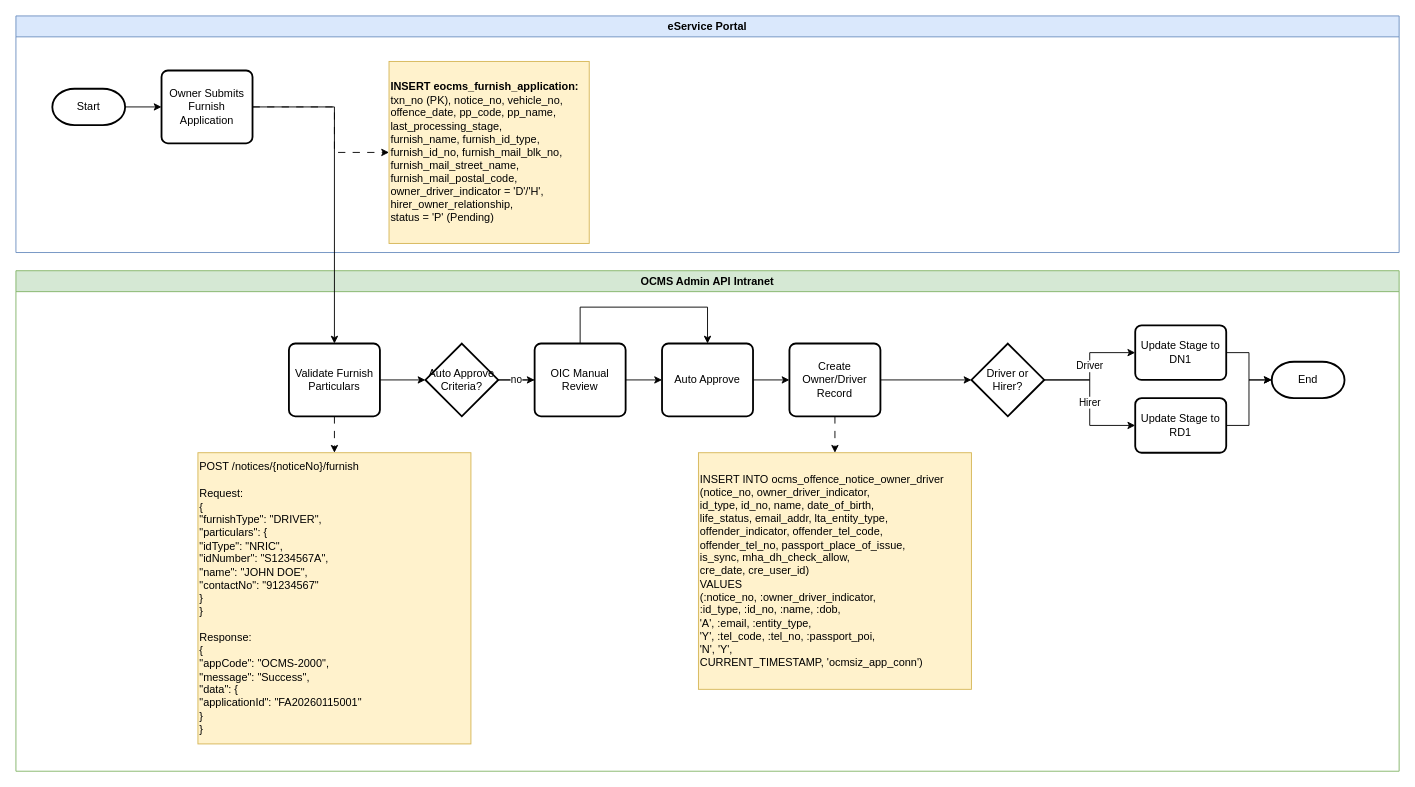
Earlier version of the draw.io diagram page "VIP_Furnish_Driver" (4 of 6) of OCMS 14/Section 6/OCMS14-Technical_Flowchart_Section_6.drawio (rafifmgg/techdoc). Source tidied: cells renumbered, new cells numbered last; positions are measured from the earlier drawing's top-left corner, leaving out a move shared by most shapes. Both pictures are drawn from the tidied source at 91%, with x=0, y=0 at pixel (15, 15).
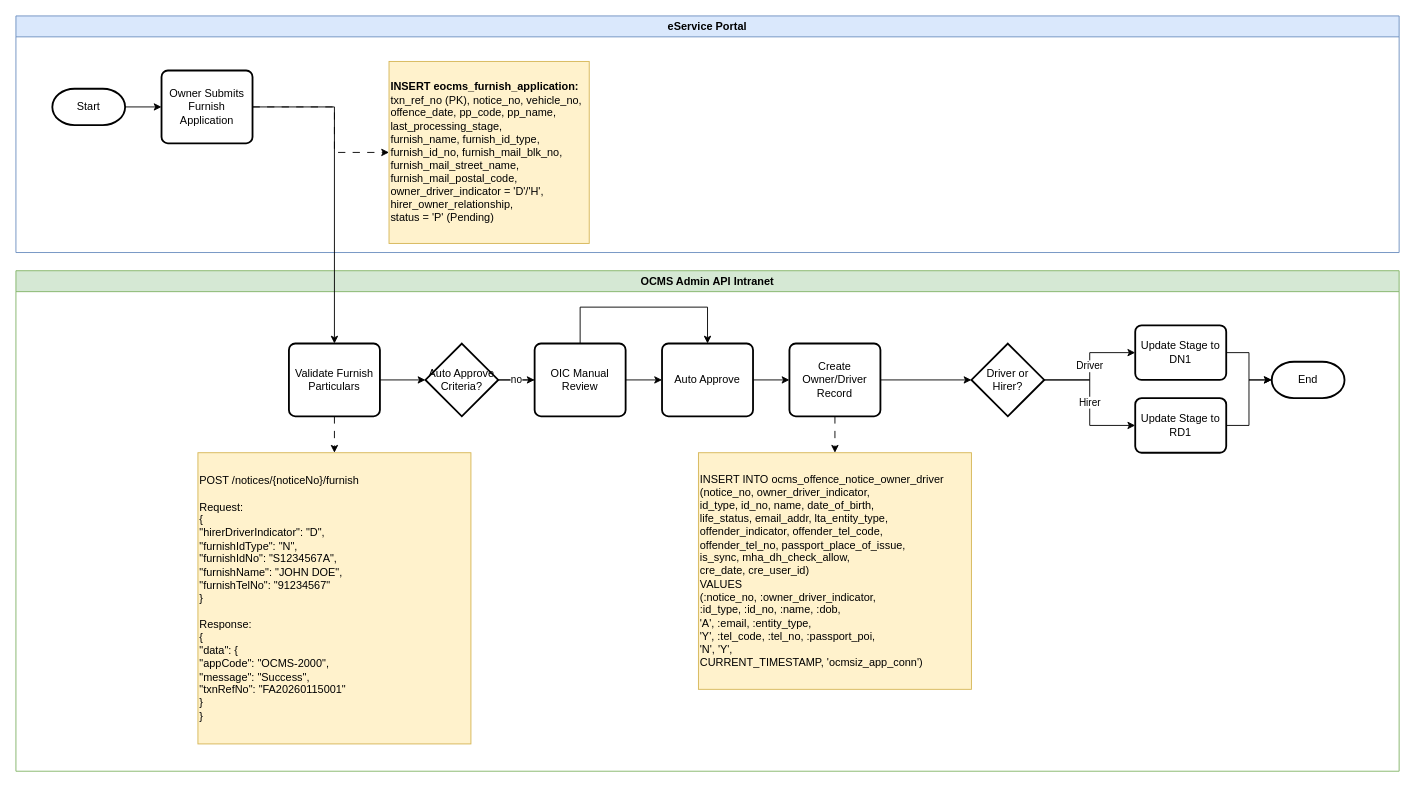
Above is the later version.

The change refers to these unchanged cells:
```xml
<mxCell id="2" value="eService Portal" style="swimlane;whiteSpace=wrap;html=1;fillColor=#dae8fc;strokeColor=#6c8ebf;" parent="1" vertex="1">
  <mxGeometry width="1520" height="260" as="geometry" />
</mxCell>
<mxCell id="8" value="OCMS Admin API Intranet" style="swimlane;whiteSpace=wrap;html=1;fillColor=#d5e8d4;strokeColor=#82b366;" parent="1" vertex="1">
  <mxGeometry y="280" width="1520" height="550" as="geometry" />
</mxCell>
```

Change to the diagram source:
```diff
@@
-    <mxCell id="7" value="&lt;b&gt;INSERT eocms_furnish_application:&lt;/b&gt;&lt;br&gt;txn_no (PK), notice_no, vehicle_no,&lt;br&gt;offence_date, pp_code, pp_name,&lt;br&gt;last_processing_stage,&lt;br&gt;furnish_name, furnish_id_type,&lt;br&gt;furnish_id_no, furnish_mail_blk_no,&lt;br&gt;furnish_mail_street_name,&lt;br&gt;furnish_mail_postal_code,&lt;br&gt;owner_driver_indicator = 'D'/'H',&lt;br&gt;hirer_owner_relationship,&lt;br&gt;status = 'P' (Pending)" style="text;html=1;whiteSpace=wrap;strokeColor=#d6b656;fillColor=#fff2cc;align=left;verticalAlign=middle;rounded=0;" parent="2" vertex="1">
+    <mxCell id="7" value="&lt;b&gt;INSERT eocms_furnish_application:&lt;/b&gt;&lt;br&gt;txn_ref_no (PK), notice_no, vehicle_no,&lt;br&gt;offence_date, pp_code, pp_name,&lt;br&gt;last_processing_stage,&lt;br&gt;furnish_name, furnish_id_type,&lt;br&gt;furnish_id_no, furnish_mail_blk_no,&lt;br&gt;furnish_mail_street_name,&lt;br&gt;furnish_mail_postal_code,&lt;br&gt;owner_driver_indicator = 'D'/'H',&lt;br&gt;hirer_owner_relationship,&lt;br&gt;status = 'P' (Pending)" style="text;html=1;whiteSpace=wrap;strokeColor=#d6b656;fillColor=#fff2cc;align=left;verticalAlign=middle;rounded=0;" parent="2" vertex="1">
       <mxGeometry x="410" y="50" width="220" height="200" as="geometry" />
     </mxCell>
@@
-    <mxCell id="11" value="POST /notices/{noticeNo}/furnish&lt;div&gt;&lt;br&gt;&lt;/div&gt;&lt;div&gt;Request:&lt;/div&gt;&lt;div&gt;{&lt;/div&gt;&lt;div&gt;  &quot;furnishType&quot;: &quot;DRIVER&quot;,&lt;/div&gt;&lt;div&gt;  &quot;particulars&quot;: {&lt;/div&gt;&lt;div&gt;    &quot;idType&quot;: &quot;NRIC&quot;,&lt;/div&gt;&lt;div&gt;    &quot;idNumber&quot;: &quot;S1234567A&quot;,&lt;/div&gt;&lt;div&gt;    &quot;name&quot;: &quot;JOHN DOE&quot;,&lt;/div&gt;&lt;div&gt;    &quot;contactNo&quot;: &quot;91234567&quot;&lt;/div&gt;&lt;div&gt;  }&lt;/div&gt;&lt;div&gt;}&lt;/div&gt;&lt;div&gt;&lt;br&gt;&lt;/div&gt;&lt;div&gt;Response:&lt;/div&gt;&lt;div&gt;{&lt;/div&gt;&lt;div&gt;  &quot;appCode&quot;: &quot;OCMS-2000&quot;,&lt;/div&gt;&lt;div&gt;  &quot;message&quot;: &quot;Success&quot;,&lt;/div&gt;&lt;div&gt;  &quot;data&quot;: {&lt;/div&gt;&lt;div&gt;    &quot;applicationId&quot;: &quot;FA20260115001&quot;&lt;/div&gt;&lt;div&gt;  }&lt;/div&gt;&lt;div&gt;}&lt;/div&gt;" style="text;html=1;whiteSpace=wrap;strokeColor=#d6b656;fillColor=#fff2cc;align=left;verticalAlign=middle;rounded=0;" parent="8" vertex="1">
+    <mxCell id="11" value="POST /notices/{noticeNo}/furnish&lt;div&gt;&lt;br&gt;&lt;/div&gt;&lt;div&gt;Request:&lt;/div&gt;&lt;div&gt;{&lt;/div&gt;&lt;div&gt;  &quot;hirerDriverIndicator&quot;: &quot;D&quot;,&lt;/div&gt;&lt;div&gt;  &quot;furnishIdType&quot;: &quot;N&quot;,&lt;/div&gt;&lt;div&gt;  &quot;furnishIdNo&quot;: &quot;S1234567A&quot;,&lt;/div&gt;&lt;div&gt;  &quot;furnishName&quot;: &quot;JOHN DOE&quot;,&lt;/div&gt;&lt;div&gt;  &quot;furnishTelNo&quot;: &quot;91234567&quot;&lt;/div&gt;&lt;div&gt;}&lt;/div&gt;&lt;div&gt;&lt;br&gt;&lt;/div&gt;&lt;div&gt;Response:&lt;/div&gt;&lt;div&gt;{&lt;/div&gt;&lt;div&gt;  &quot;data&quot;: {&lt;/div&gt;&lt;div&gt;    &quot;appCode&quot;: &quot;OCMS-2000&quot;,&lt;/div&gt;&lt;div&gt;    &quot;message&quot;: &quot;Success&quot;,&lt;/div&gt;&lt;div&gt;    &quot;txnRefNo&quot;: &quot;FA20260115001&quot;&lt;/div&gt;&lt;div&gt;  }&lt;/div&gt;&lt;div&gt;}&lt;/div&gt;" style="text;html=1;whiteSpace=wrap;strokeColor=#d6b656;fillColor=#fff2cc;align=left;verticalAlign=middle;rounded=0;" parent="8" vertex="1">
       <mxGeometry x="200" y="200" width="300" height="320" as="geometry" />
     </mxCell>
```
